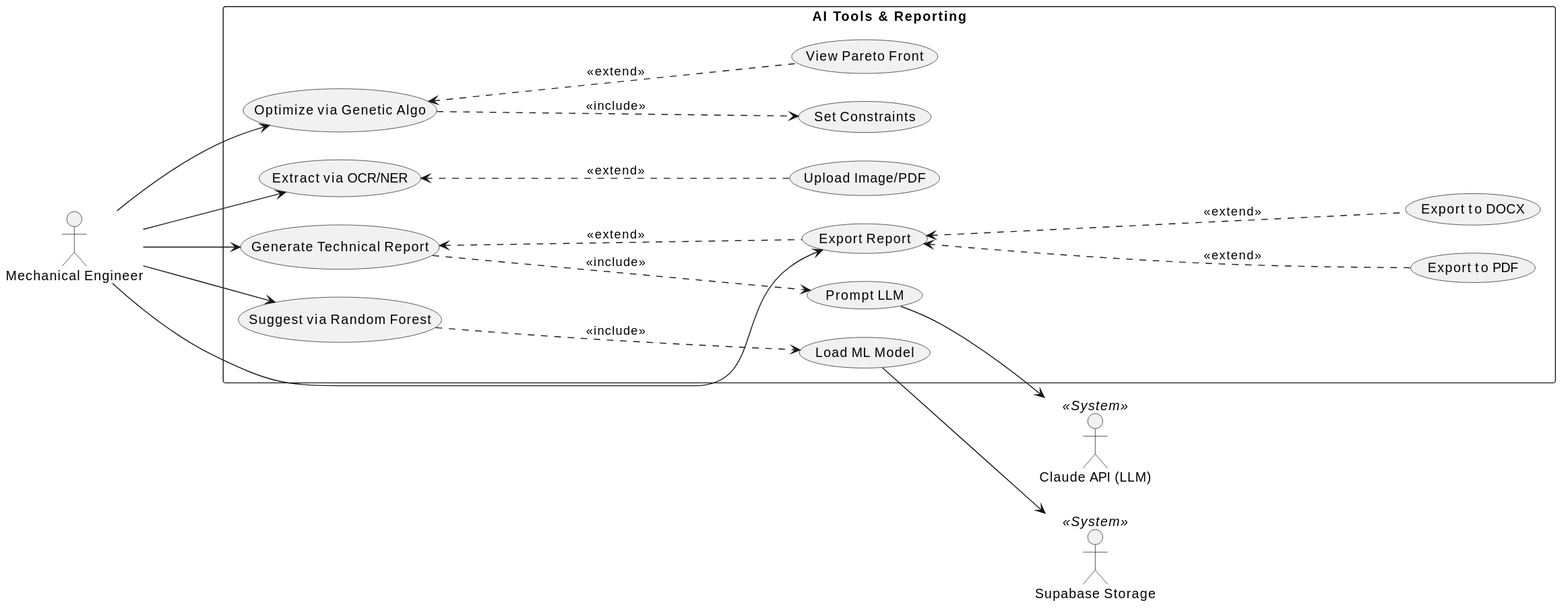
Earlier version of the PlantUML export docs/uml/uc_ai.svg (dvydinh/mechdrive).
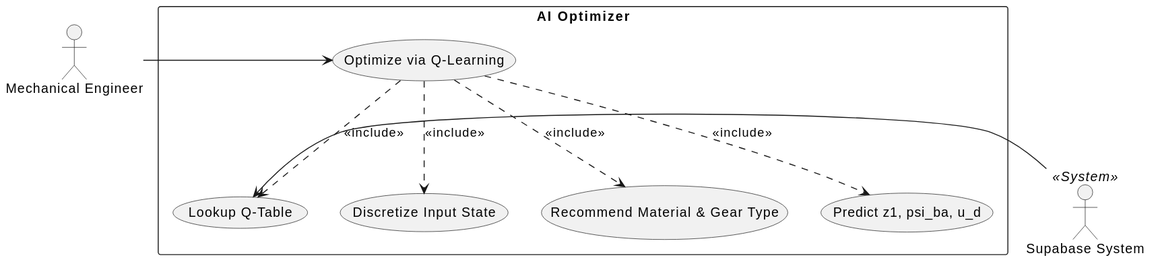
After the change.

What changed in the source:
```diff
@@ -1,50 +1,22 @@
 @startuml
-left to right direction
 skinparam packageStyle rectangle
-skinparam nodesep 30
-skinparam ranksep 100
-skinparam wrapWidth 200
 
 actor "Mechanical Engineer" as eng
-actor "Supabase Storage" as store << System >>
-actor "Claude API (LLM)" as claude << System >>
+actor "Supabase System" as store << System >>
 
-package "AI Tools & Reporting" {
-  usecase "Extract via OCR/NER" as UC1
-  usecase "Upload Image/PDF" as UC1_1
-
-  usecase "Suggest via Random Forest" as UC2
-  usecase "Load ML Model" as UC2_1
-
-  usecase "Optimize via Genetic Algo" as UC3
-  usecase "Set Constraints" as UC3_1
-  usecase "View Pareto Front" as UC3_2
-
-  usecase "Generate Technical Report" as UC4
-  usecase "Prompt LLM" as UC4_1
-
-  usecase "Export Report" as UC5
-  usecase "Export to PDF" as UC5_1
-  usecase "Export to DOCX" as UC5_2
+package "AI Optimizer" {
+  usecase "Optimize via Q-Learning" as UC1
+  usecase "Discretize Input State" as UC1_1
+  usecase "Lookup Q-Table" as UC1_2
+  usecase "Recommend Material & Gear Type" as UC1_3
+  usecase "Predict z1, psi_ba, u_d" as UC1_4
 }
 
-eng --> UC1
-UC1_1 ..up..> UC1 : <<extend>>
+eng -right-> UC1
+UC1 .down.> UC1_1 : <<include>>
+UC1 .down.> UC1_2 : <<include>>
+UC1 .down.> UC1_3 : <<include>>
+UC1 .down.> UC1_4 : <<include>>
 
-eng --> UC2
-UC2 ..down..> UC2_1 : <<include>>
-UC2_1 --> store
-
-eng --> UC3
-UC3 ..down..> UC3_1 : <<include>>
-UC3_2 ..up..> UC3 : <<extend>>
-
-eng --> UC4
-UC4 ..down..> UC4_1 : <<include>>
-UC4_1 --> claude
-
-eng --> UC5
-UC5_1 ..up..> UC5 : <<extend>>
-UC5_2 ..up..> UC5 : <<extend>>
-UC5 ..up..> UC4 : <<extend>>
+store -left-> UC1_2
 @enduml
```
